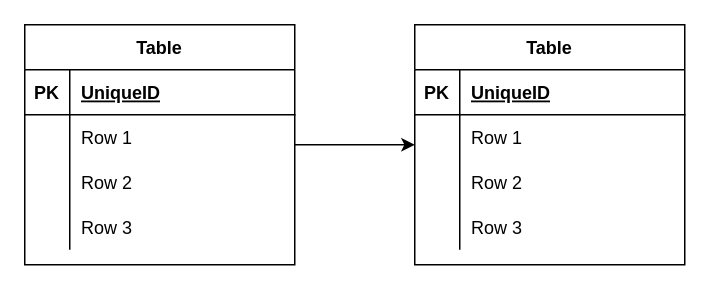
Earlier version of the draw.io diagram DER/der-draw-io.drawio (trainya-app/diagrams). Source tidied: cells renumbered, new cells numbered last; positions are measured from the earlier drawing's top-left corner, leaving out a move shared by most shapes. Both pictures are drawn from the tidied source at 150%, with x=0, y=0 at pixel (24, 24).
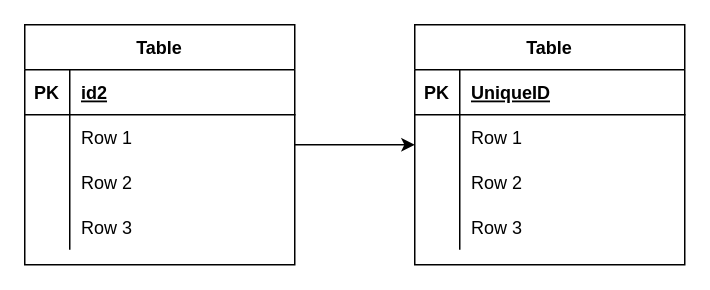
Above is the later version.

Unchanged cells that the change refers to:
```xml
<mxCell id="4" style="shape=tableRow;horizontal=0;startSize=0;swimlaneHead=0;swimlaneBody=0;fillColor=none;top=0;left=0;right=0;bottom=1;" parent="3" vertex="1">
  <mxGeometry y="30" width="180" height="30" as="geometry" />
</mxCell>
```

Change to the diagram source:
```diff
@@
-    <mxCell id="6" value="UniqueID" style="shape=partialRectangle;fillColor=none;top=0;left=0;bottom=0;right=0;align=left;spacingLeft=6;fontStyle=5;overflow=hidden;" parent="4" vertex="1">
+    <mxCell id="6" value="id2" style="shape=partialRectangle;fillColor=none;top=0;left=0;bottom=0;right=0;align=left;spacingLeft=6;fontStyle=5;overflow=hidden;" parent="4" vertex="1">
       <mxGeometry x="30" width="150" height="30" as="geometry" />
     </mxCell>
```
